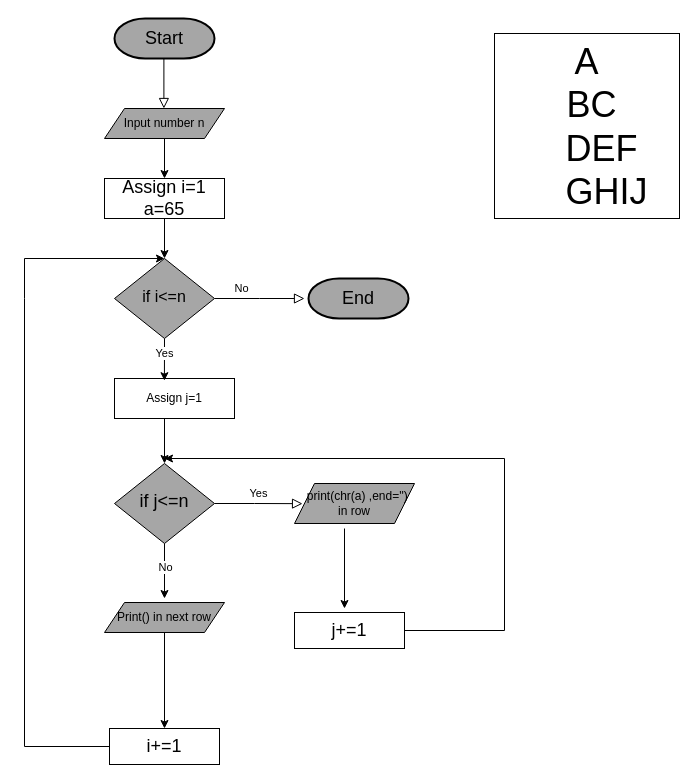
This is Untitled Diagram.drawio from Aditya-swaroop-11/aditya, a draw.io file, before an edit. Source tidied: cells renumbered, new cells numbered last; positions are measured from the earlier drawing's top-left corner, leaving out a move shared by most shapes. Both pictures are drawn from the tidied source at 100%, with x=0, y=0 at pixel (24, 18).
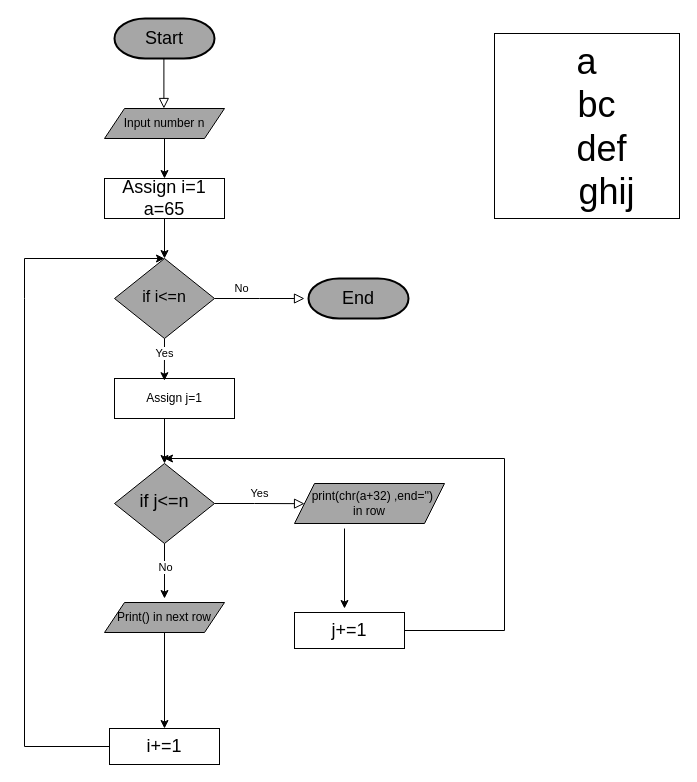
The same diagram, later.

What changed in the source:
```diff
@@
-    <mxCell id="8" value="&amp;nbsp; print(chr(a) ,end='')&lt;div&gt;in row&lt;/div&gt;" style="shape=parallelogram;perimeter=parallelogramPerimeter;whiteSpace=wrap;html=1;fixedSize=1;fillColor=#A6A6A6;rounded=0;" parent="1" vertex="1">
-      <mxGeometry x="270" y="465" width="120" height="40" as="geometry" />
+    <mxCell id="8" value="&amp;nbsp; print(chr(a+32) ,end='')&lt;div&gt;in row&lt;/div&gt;" style="shape=parallelogram;perimeter=parallelogramPerimeter;whiteSpace=wrap;html=1;fixedSize=1;fillColor=#A6A6A6;rounded=0;" parent="1" vertex="1">
+      <mxGeometry x="270" y="465" width="150" height="40" as="geometry" />
     </mxCell>
@@
-    <mxCell id="27" value="&lt;span style=&quot;font-size: 36px;&quot;&gt;A&lt;/span&gt;&lt;div&gt;&lt;span style=&quot;font-size: 36px;&quot;&gt;&amp;nbsp;BC&lt;/span&gt;&lt;/div&gt;&lt;div&gt;&lt;span style=&quot;font-size: 36px;&quot;&gt;&amp;nbsp; &amp;nbsp;DEF&lt;/span&gt;&lt;/div&gt;&lt;div&gt;&lt;span style=&quot;font-size: 36px;&quot;&gt;&amp;nbsp; &amp;nbsp; GHIJ&lt;/span&gt;&lt;/div&gt;" style="whiteSpace=wrap;html=1;" parent="1" vertex="1">
+    <mxCell id="27" value="&lt;span style=&quot;font-size: 36px;&quot;&gt;a&lt;/span&gt;&lt;div&gt;&lt;span style=&quot;font-size: 36px;&quot;&gt;&amp;nbsp; bc&lt;/span&gt;&lt;/div&gt;&lt;div&gt;&lt;span style=&quot;font-size: 36px;&quot;&gt;&amp;nbsp; &amp;nbsp;def&lt;/span&gt;&lt;/div&gt;&lt;div&gt;&lt;span style=&quot;font-size: 36px;&quot;&gt;&amp;nbsp; &amp;nbsp; ghij&lt;/span&gt;&lt;/div&gt;" style="whiteSpace=wrap;html=1;" parent="1" vertex="1">
       <mxGeometry x="470" y="15" width="185" height="185" as="geometry" />
     </mxCell>
```
